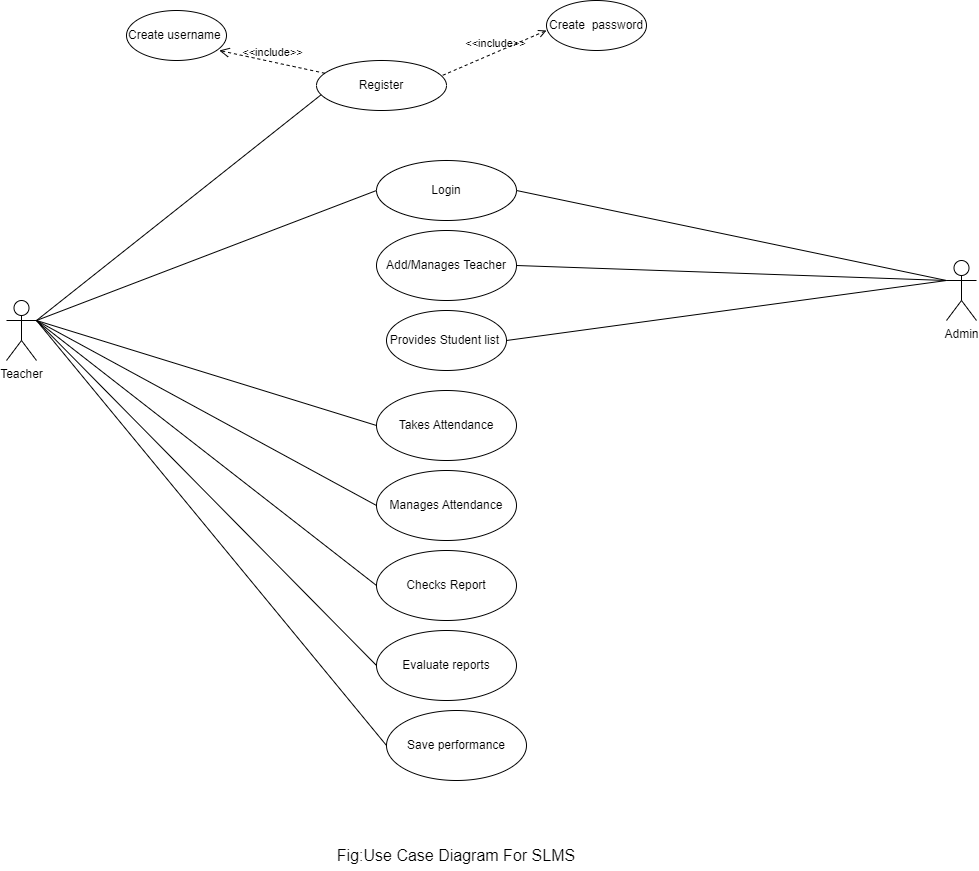
samiiraryal/Smart-Lab-Management-System keeps this draw.io diagram as diagrams/usecase.png. Above is the earlier version. Source tidied: cells renumbered, new cells last; positions are measured from the earlier drawing's top-left corner, leaving out a move shared by most shapes.
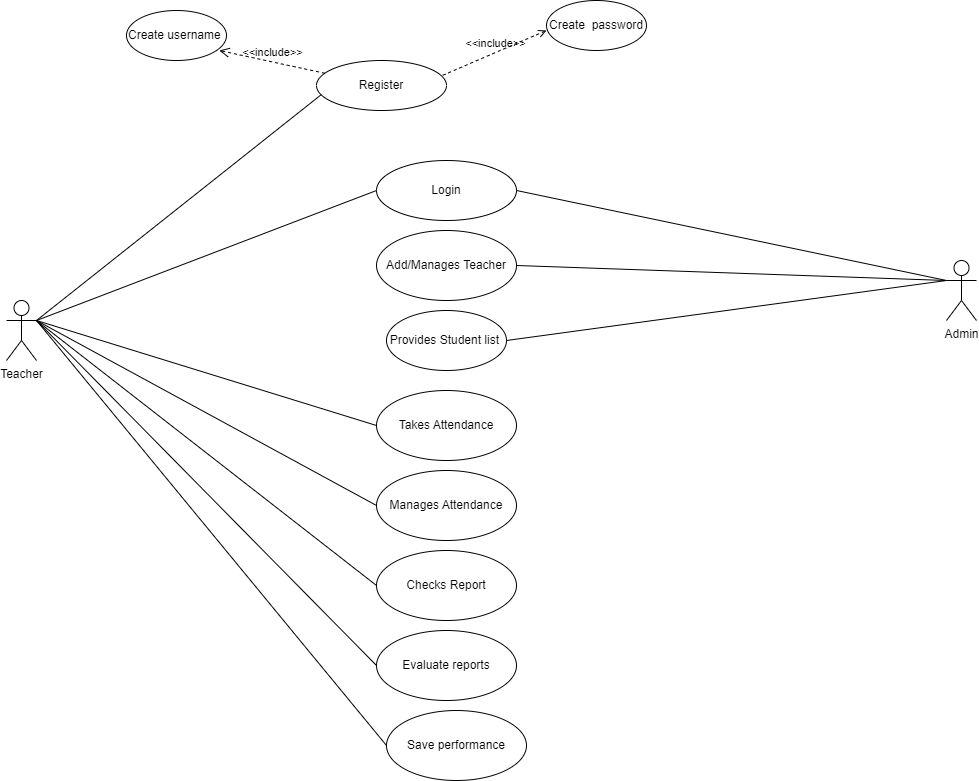
After the change.

What changed in the source:
```diff
@@ -67,9 +67,6 @@
     <mxCell id="22" style="endArrow=none;html=1;rounded=0;exitX=1;exitY=0.3333333333333333;exitDx=0;exitDy=0;exitPerimeter=0;entryX=0;entryY=0.5;entryDx=0;entryDy=0;" parent="1" edge="1" source="2" target="21">
       <mxGeometry relative="1" as="geometry" />
     </mxCell>
-    <mxCell id="23" value="&lt;font style=&quot;font-size: 16px;&quot;&gt;Fig:Use Case Diagram For SLMS&lt;/font&gt;" style="text;html=1;align=center;verticalAlign=middle;whiteSpace=wrap;rounded=0;" parent="1" vertex="1">
-      <mxGeometry x="270" y="840" width="360" height="30" as="geometry" />
-    </mxCell>
     <mxCell id="24" value="Evaluate reports" style="ellipse;whiteSpace=wrap;html=1;" parent="1" vertex="1">
       <mxGeometry x="370" y="630" width="140" height="70" as="geometry" />
     </mxCell>
```
